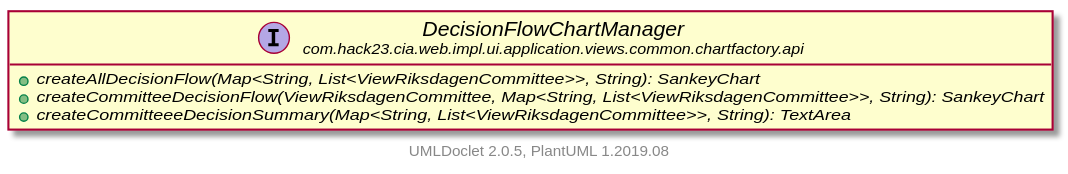
Above: testapidocs/com/hack23/cia/web/impl/ui/application/views/common/chartfactory/api/DecisionFlowChartManager.svg in Hack23/cia (PlantUML), before the change.
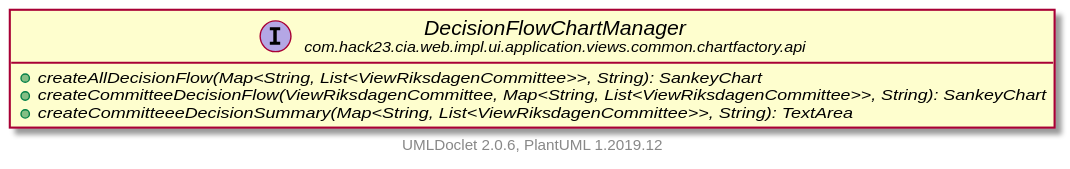
The same diagram one commit later.

Change to the diagram source:
```diff
@@ -9,5 +9,5 @@
         {abstract} +createCommitteeeDecisionSummary(Map<String, List<ViewRiksdagenCommittee>>, String): TextArea
     }
 
-    center footer UMLDoclet 2.0.5, PlantUML 1.2019.08
+    center footer UMLDoclet 2.0.6, PlantUML 1.2019.12
 @enduml
```
